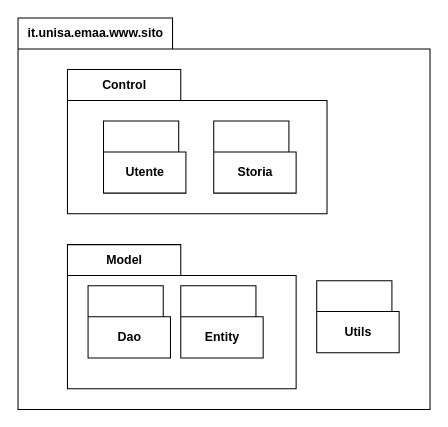
Before: page "Panoramica" (1 of 7) of Schemi/Package.drawio in EmmanuelEngineer/E.M.A.A., a draw.io diagram. Source tidied: cells renumbered, new cells numbered last; positions are measured from the earlier drawing's top-left corner, leaving out a move shared by most shapes. Both pictures are drawn from the tidied source at 103%, with x=0, y=0 at pixel (18, 18).
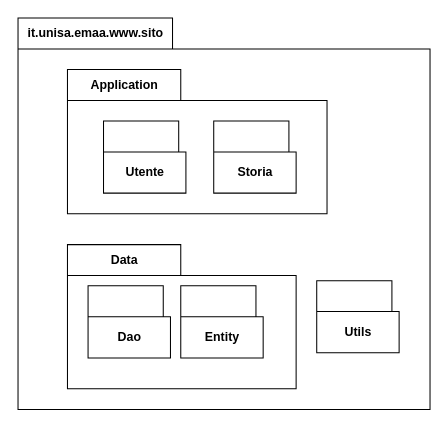
After the change.

Diff of the diagram source:
```diff
@@
 <mxGraphModel>
   <root>
     <mxCell id="0" />
     <mxCell id="1" parent="0" />
     <mxCell id="2" value="it.unisa.emaa.www.sito" style="shape=folder;fontStyle=1;tabWidth=150;tabHeight=30;tabPosition=left;html=1;boundedLbl=1;labelInHeader=1;" parent="1" vertex="1">
       <mxGeometry width="400" height="380" as="geometry" />
     </mxCell>
-    <mxCell id="3" value="Model" style="shape=folder;fontStyle=1;tabWidth=110;tabHeight=30;tabPosition=left;html=1;boundedLbl=1;labelInHeader=1;" parent="2" vertex="1">
+    <mxCell id="3" value="Data" style="shape=folder;fontStyle=1;tabWidth=110;tabHeight=30;tabPosition=left;html=1;boundedLbl=1;labelInHeader=1;" parent="2" vertex="1">
       <mxGeometry x="48" y="220" width="222" height="140" as="geometry" />
     </mxCell>
     <mxCell id="4" value="Dao" style="shape=folder;fontStyle=1;tabWidth=80;tabHeight=30;tabPosition=left;html=1;boundedLbl=1;" parent="3" vertex="1">
       <mxGeometry x="20" y="40" width="80" height="70" as="geometry" />
     </mxCell>
     <mxCell id="5" value="Entity" style="shape=folder;fontStyle=1;tabWidth=80;tabHeight=30;tabPosition=left;html=1;boundedLbl=1;" parent="3" vertex="1">
       <mxGeometry x="110" y="40" width="80" height="70" as="geometry" />
     </mxCell>
-    <mxCell id="6" value="Control" style="shape=folder;fontStyle=1;tabWidth=110;tabHeight=30;tabPosition=left;html=1;boundedLbl=1;labelInHeader=1;" parent="2" vertex="1">
+    <mxCell id="6" value="Application" style="shape=folder;fontStyle=1;tabWidth=110;tabHeight=30;tabPosition=left;html=1;boundedLbl=1;labelInHeader=1;" parent="2" vertex="1">
       <mxGeometry x="48" y="50" width="252" height="140" as="geometry" />
     </mxCell>
     <mxCell id="7" value="Utente" style="shape=folder;fontStyle=1;tabWidth=80;tabHeight=30;tabPosition=left;html=1;boundedLbl=1;" parent="6" vertex="1">
       <mxGeometry x="35" y="50" width="80" height="70" as="geometry" />
     </mxCell>
     <mxCell id="8" value="Storia" style="shape=folder;fontStyle=1;tabWidth=80;tabHeight=30;tabPosition=left;html=1;boundedLbl=1;" parent="6" vertex="1">
       <mxGeometry x="142" y="50" width="80" height="70" as="geometry" />
     </mxCell>
     <mxCell id="9" value="Utils" style="shape=folder;fontStyle=1;tabWidth=80;tabHeight=30;tabPosition=left;html=1;boundedLbl=1;" parent="2" vertex="1">
       <mxGeometry x="290" y="255" width="80" height="70" as="geometry" />
     </mxCell>
   </root>
 </mxGraphModel>
```
